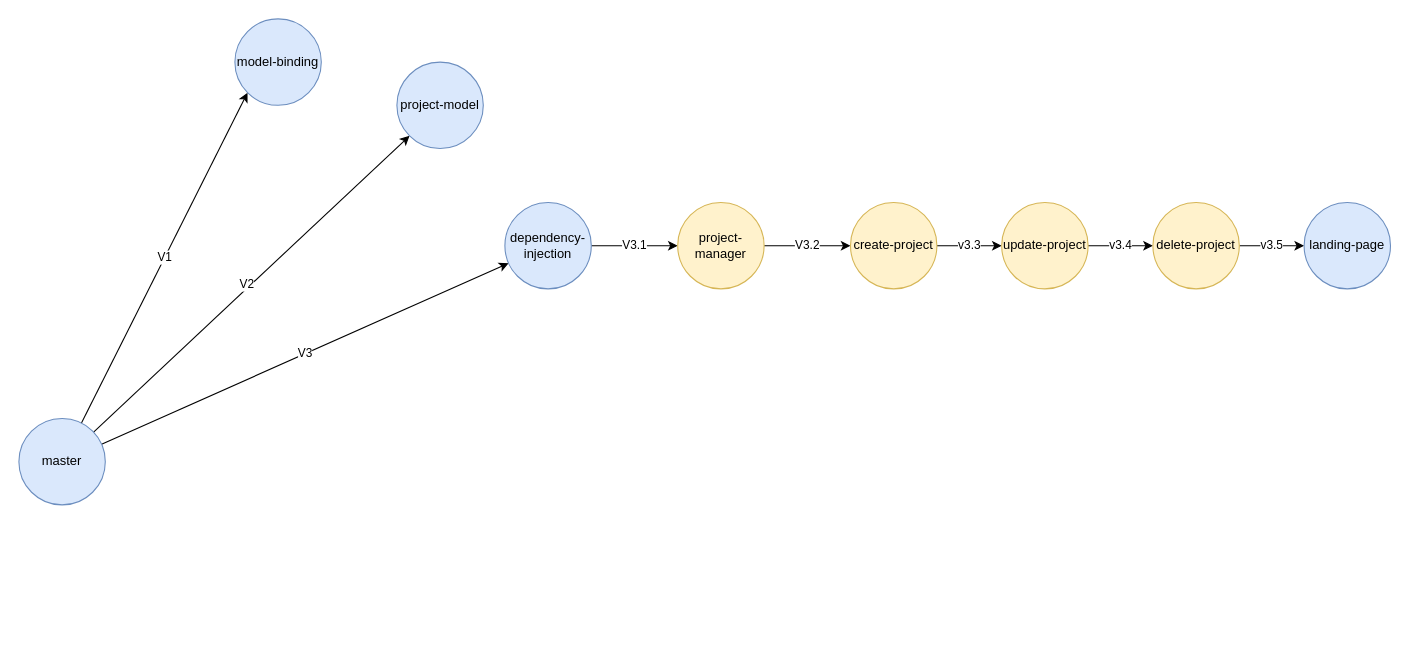
Above: PIS.drawio in zcomert/project-information-system (draw.io), before the change. Source tidied: cells renumbered, new cells numbered last; positions are measured from the earlier drawing's top-left corner, leaving out a move shared by most shapes. Both pictures are drawn from the tidied source at 108%, with x=0, y=0 at pixel (18, 18).
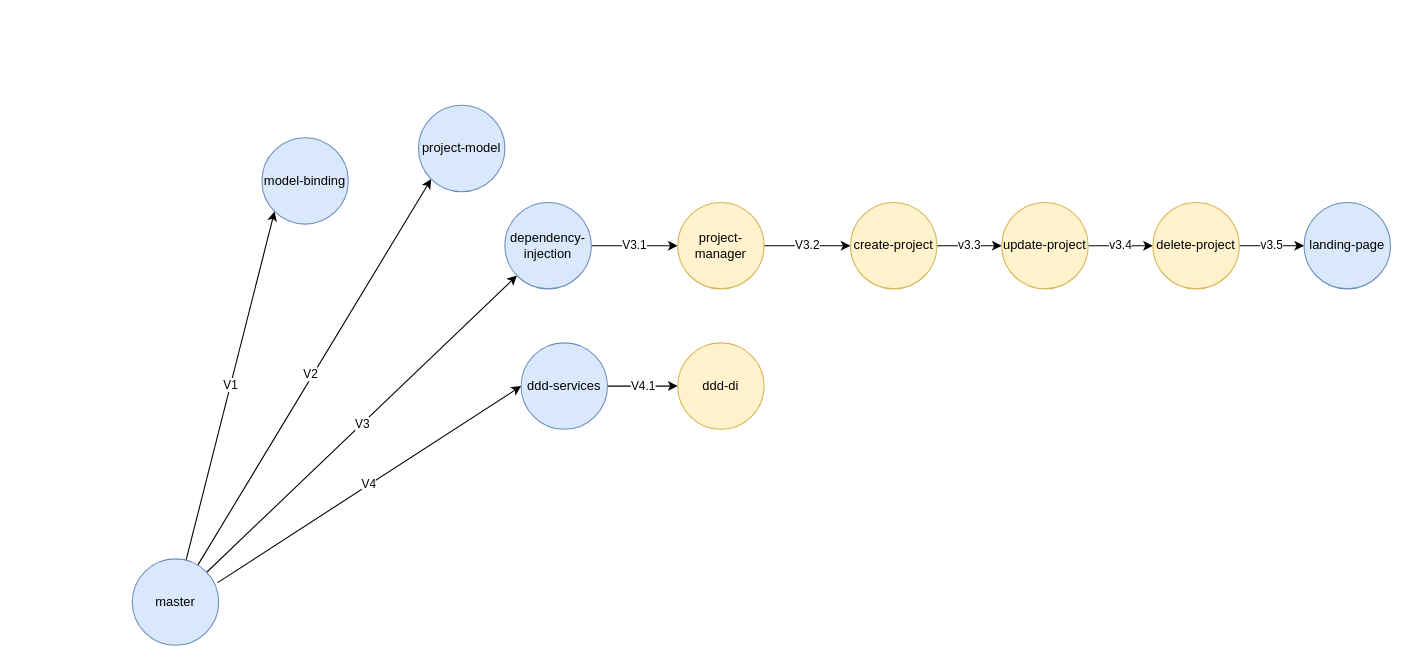
The same diagram, later.

Commit message (it also covers changes not shown here):
IoC and DI has been updated.

Diff of the diagram source:
```diff
@@
     <mxCell id="6" value="master" style="ellipse;whiteSpace=wrap;html=1;fillColor=#dae8fc;strokeColor=#6c8ebf;" parent="1" vertex="1">
-      <mxGeometry y="370" width="80" height="80" as="geometry" />
+      <mxGeometry x="105" y="500" width="80" height="80" as="geometry" />
     </mxCell>
     <mxCell id="7" value="model-binding" style="ellipse;whiteSpace=wrap;html=1;fillColor=#dae8fc;strokeColor=#6c8ebf;" parent="1" vertex="1">
-      <mxGeometry x="200" width="80" height="80" as="geometry" />
+      <mxGeometry x="225" y="110" width="80" height="80" as="geometry" />
     </mxCell>
     <mxCell id="8" value="project-model" style="ellipse;whiteSpace=wrap;html=1;fillColor=#dae8fc;strokeColor=#6c8ebf;" parent="1" vertex="1">
-      <mxGeometry x="350" y="40" width="80" height="80" as="geometry" />
+      <mxGeometry x="370" y="80" width="80" height="80" as="geometry" />
     </mxCell>
@@
+    <mxCell id="21" value="V4.1" style="edgeStyle=orthogonalEdgeStyle;rounded=0;jettySize=auto;html=1;entryX=0;entryY=0.5;entryDx=0;entryDy=0;" parent="1" edge="1" source="22" target="24">
+      <mxGeometry relative="1" as="geometry" />
+    </mxCell>
+    <mxCell id="22" value="ddd-services" style="ellipse;whiteSpace=wrap;html=1;fillColor=#dae8fc;strokeColor=#6c8ebf;" parent="1" vertex="1">
+      <mxGeometry x="465" y="300" width="80" height="80" as="geometry" />
+    </mxCell>
+    <mxCell id="23" value="V4" style="rounded=0;jettySize=auto;html=1;entryX=0;entryY=0.5;entryDx=0;entryDy=0;" parent="1" edge="1" target="22">
+      <mxGeometry relative="1" as="geometry">
+        <mxPoint x="184" y="522" as="sourcePoint" />
+      </mxGeometry>
+    </mxCell>
+    <mxCell id="24" value="ddd-di" style="ellipse;whiteSpace=wrap;html=1;fillColor=#fff2cc;strokeColor=#d6b656;" parent="1" vertex="1">
+      <mxGeometry x="610" y="300" width="80" height="80" as="geometry" />
+    </mxCell>
```
